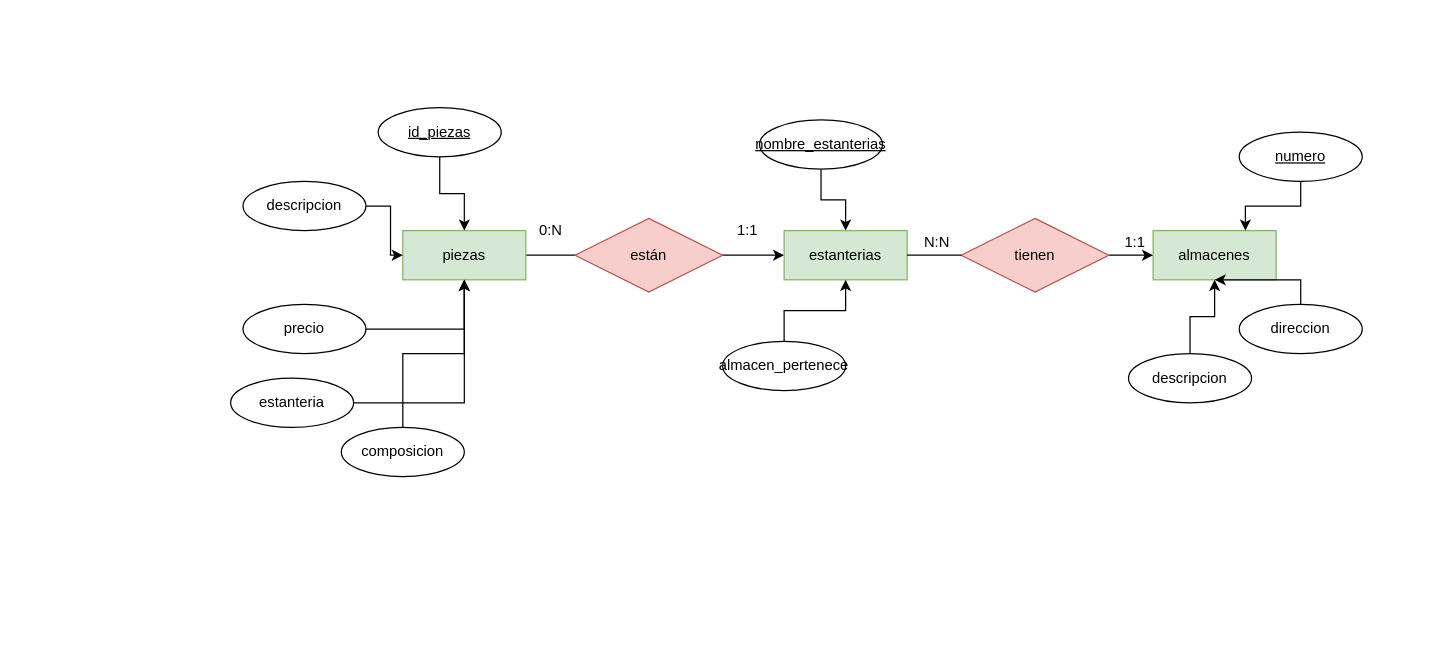
Before: Reto 5.drawio in aramossanchez/Diagramas_ER, a draw.io diagram. Source tidied: cells renumbered, new cells numbered last; positions are measured from the earlier drawing's top-left corner, leaving out a move shared by most shapes. Both pictures are drawn from the tidied source at 123%, with x=0, y=0 at pixel (230, 107).
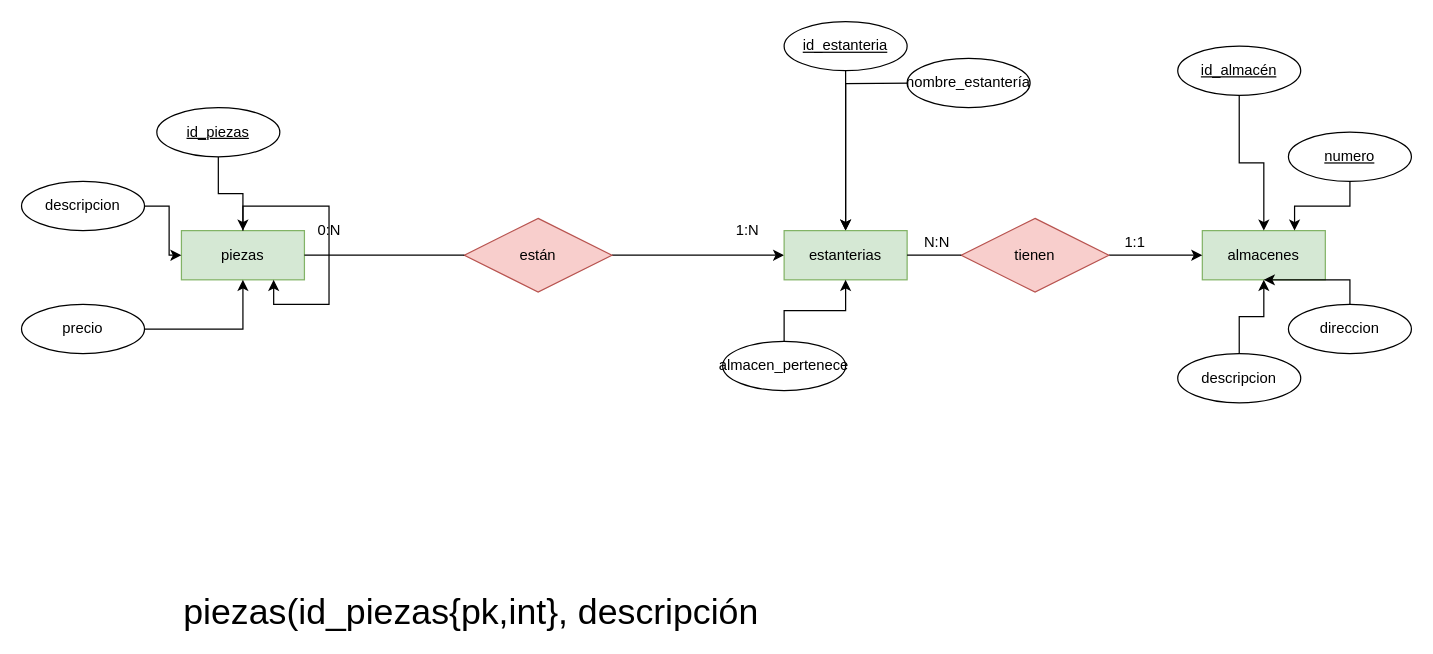
The same page after the edit.

Commit message:
subo modelo reto 5

The change refers to these unchanged cells:
```xml
<mxCell id="20" value="estanterias" style="whiteSpace=wrap;html=1;align=center;fillColor=#d5e8d4;strokeColor=#82b366;" parent="1" vertex="1">
  <mxGeometry x="450" y="100" width="100" height="40" as="geometry" />
</mxCell>
```

Diff of the diagram source:
```diff
@@
-    <mxCell id="2" style="edgeStyle=orthogonalEdgeStyle;rounded=0;jettySize=auto;html=1;" parent="1" edge="1" source="3" target="20">
+    <mxCell id="2" style="edgeStyle=orthogonalEdgeStyle;rounded=0;jettySize=auto;html=1;startArrow=none;" parent="1" edge="1" source="29" target="20">
       <mxGeometry relative="1" as="geometry" />
     </mxCell>
     <mxCell id="3" value="piezas" style="whiteSpace=wrap;html=1;align=center;fillColor=#d5e8d4;strokeColor=#82b366;" parent="1" vertex="1">
-      <mxGeometry x="140" y="100" width="100" height="40" as="geometry" />
+      <mxGeometry x="-40" y="100" width="100" height="40" as="geometry" />
     </mxCell>
@@
     <mxCell id="5" value="&lt;u&gt;id_piezas&lt;/u&gt;" style="ellipse;whiteSpace=wrap;html=1;align=center;" parent="1" vertex="1">
-      <mxGeometry x="120" width="100" height="40" as="geometry" />
+      <mxGeometry x="-60" width="100" height="40" as="geometry" />
     </mxCell>
@@
     <mxCell id="7" value="descripcion" style="ellipse;whiteSpace=wrap;html=1;align=center;" parent="1" vertex="1">
-      <mxGeometry x="10" y="60" width="100" height="40" as="geometry" />
+      <mxGeometry x="-170" y="60" width="100" height="40" as="geometry" />
     </mxCell>
@@
     <mxCell id="9" value="precio" style="ellipse;whiteSpace=wrap;html=1;align=center;" parent="1" vertex="1">
-      <mxGeometry x="10" y="160" width="100" height="40" as="geometry" />
+      <mxGeometry x="-170" y="160" width="100" height="40" as="geometry" />
     </mxCell>
     <mxCell id="10" value="almacenes" style="whiteSpace=wrap;html=1;align=center;fillColor=#d5e8d4;strokeColor=#82b366;" parent="1" vertex="1">
-      <mxGeometry x="750" y="100" width="100" height="40" as="geometry" />
+      <mxGeometry x="790" y="100" width="100" height="40" as="geometry" />
     </mxCell>
@@
     <mxCell id="12" value="&lt;u&gt;numero&lt;/u&gt;" style="ellipse;whiteSpace=wrap;html=1;align=center;" parent="1" vertex="1">
-      <mxGeometry x="820" y="20" width="100" height="40" as="geometry" />
+      <mxGeometry x="860" y="20" width="100" height="40" as="geometry" />
     </mxCell>
@@
     <mxCell id="14" value="descripcion" style="ellipse;whiteSpace=wrap;html=1;align=center;" parent="1" vertex="1">
-      <mxGeometry x="730" y="200" width="100" height="40" as="geometry" />
+      <mxGeometry x="770" y="200" width="100" height="40" as="geometry" />
     </mxCell>
@@
     <mxCell id="16" value="direccion" style="ellipse;whiteSpace=wrap;html=1;align=center;" parent="1" vertex="1">
-      <mxGeometry x="820" y="160" width="100" height="40" as="geometry" />
+      <mxGeometry x="860" y="160" width="100" height="40" as="geometry" />
     </mxCell>
@@
-    <mxCell id="18" value="&lt;u&gt;nombre_estanterias&lt;/u&gt;" style="ellipse;whiteSpace=wrap;html=1;align=center;" parent="1" vertex="1">
-      <mxGeometry x="430" y="10" width="100" height="40" as="geometry" />
+    <mxCell id="18" value="&lt;u&gt;id_estanteria&lt;/u&gt;" style="ellipse;whiteSpace=wrap;html=1;align=center;" parent="1" vertex="1">
+      <mxGeometry x="450" y="-70" width="100" height="40" as="geometry" />
     </mxCell>
@@
-    <mxCell id="27" style="edgeStyle=orthogonalEdgeStyle;rounded=0;jettySize=auto;html=1;" parent="1" edge="1" source="28" target="3">
-      <mxGeometry relative="1" as="geometry" />
-    </mxCell>
-    <mxCell id="28" value="estanteria" style="ellipse;whiteSpace=wrap;html=1;align=center;" parent="1" vertex="1">
-      <mxGeometry y="220" width="100" height="40" as="geometry" />
-    </mxCell>
-    <mxCell id="29" value="están" style="shape=rhombus;perimeter=rhombusPerimeter;whiteSpace=wrap;html=1;align=center;fillColor=#f8cecc;strokeColor=#b85450;" parent="1" vertex="1">
-      <mxGeometry x="280" y="90" width="120" height="60" as="geometry" />
-    </mxCell>
-    <mxCell id="30" value="1:1" style="text;html=1;align=center;verticalAlign=middle;fillColor=none;strokeColor=none;rounded=0;" parent="1" vertex="1">
+    <mxCell id="30" value="1:N" style="text;html=1;align=center;verticalAlign=middle;fillColor=none;strokeColor=none;rounded=0;" parent="1" vertex="1">
       <mxGeometry x="405" y="90" width="30" height="20" as="geometry" />
     </mxCell>
     <mxCell id="31" value="0:N" style="text;html=1;align=center;verticalAlign=middle;fillColor=none;strokeColor=none;rounded=0;" parent="1" vertex="1">
-      <mxGeometry x="245" y="90" width="30" height="20" as="geometry" />
+      <mxGeometry x="65" y="90" width="30" height="20" as="geometry" />
     </mxCell>
-    <mxCell id="32" style="edgeStyle=orthogonalEdgeStyle;rounded=0;jettySize=auto;html=1;" parent="1" edge="1" source="33" target="3">
-      <mxGeometry relative="1" as="geometry" />
-    </mxCell>
-    <mxCell id="33" value="composicion" style="ellipse;whiteSpace=wrap;html=1;align=center;" parent="1" vertex="1">
-      <mxGeometry x="90" y="260" width="100" height="40" as="geometry" />
-    </mxCell>
+    <mxCell id="34" value="&lt;span style=&quot;font-size: 29px&quot;&gt;piezas(id_piezas{pk,int}, descripción&lt;/span&gt;" style="text;html=1;align=left;verticalAlign=middle;strokeColor=none;fillColor=none;" parent="1" vertex="1">
+      <mxGeometry x="-40" y="400" width="480" height="20" as="geometry" />
+    </mxCell>
+    <mxCell id="35" style="edgeStyle=orthogonalEdgeStyle;rounded=0;orthogonalLoop=1;jettySize=auto;html=1;entryX=0.75;entryY=1;entryDx=0;entryDy=0;" parent="1" edge="1" source="3" target="3">
+      <mxGeometry relative="1" as="geometry" />
+    </mxCell>
+    <mxCell id="29" value="están" style="shape=rhombus;perimeter=rhombusPerimeter;whiteSpace=wrap;html=1;align=center;fillColor=#f8cecc;strokeColor=#b85450;" parent="1" vertex="1">
+      <mxGeometry x="190" y="90" width="120" height="60" as="geometry" />
+    </mxCell>
+    <mxCell id="36" style="edgeStyle=orthogonalEdgeStyle;rounded=0;jettySize=auto;html=1;endArrow=none;" parent="1" edge="1" source="3" target="29">
+      <mxGeometry relative="1" as="geometry" />
+    </mxCell>
+    <mxCell id="37" style="edgeStyle=orthogonalEdgeStyle;rounded=0;jettySize=auto;html=1;" parent="1" edge="1" target="20">
+      <mxGeometry relative="1" as="geometry">
+        <mxPoint x="554" y="-20" as="sourcePoint" />
+      </mxGeometry>
+    </mxCell>
+    <mxCell id="38" style="edgeStyle=orthogonalEdgeStyle;rounded=0;jettySize=auto;html=1;" parent="1" edge="1" source="39" target="10">
+      <mxGeometry relative="1" as="geometry" />
+    </mxCell>
+    <mxCell id="39" value="&lt;u&gt;id_almacén&lt;/u&gt;" style="ellipse;whiteSpace=wrap;html=1;align=center;" parent="1" vertex="1">
+      <mxGeometry x="770" y="-50" width="100" height="40" as="geometry" />
+    </mxCell>
+    <mxCell id="40" value="nombre_estantería" style="ellipse;whiteSpace=wrap;html=1;align=center;" parent="1" vertex="1">
+      <mxGeometry x="550" y="-40" width="100" height="40" as="geometry" />
+    </mxCell>
```
